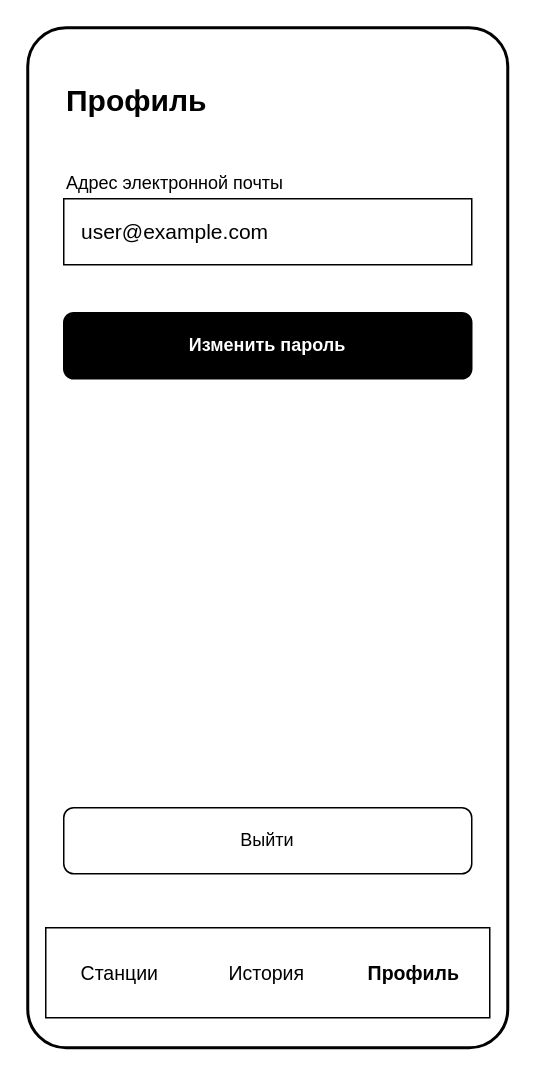
Earlier version of the draw.io diagram Диаграммы/Профиль (2.9).drawio (PetrachkovArtem/diplom). Source tidied: cells renumbered, new cells numbered last; positions are measured from the earlier drawing's top-left corner, leaving out a move shared by most shapes. Both pictures are drawn from the tidied source at 150%, with x=0, y=0 at pixel (27, 27).
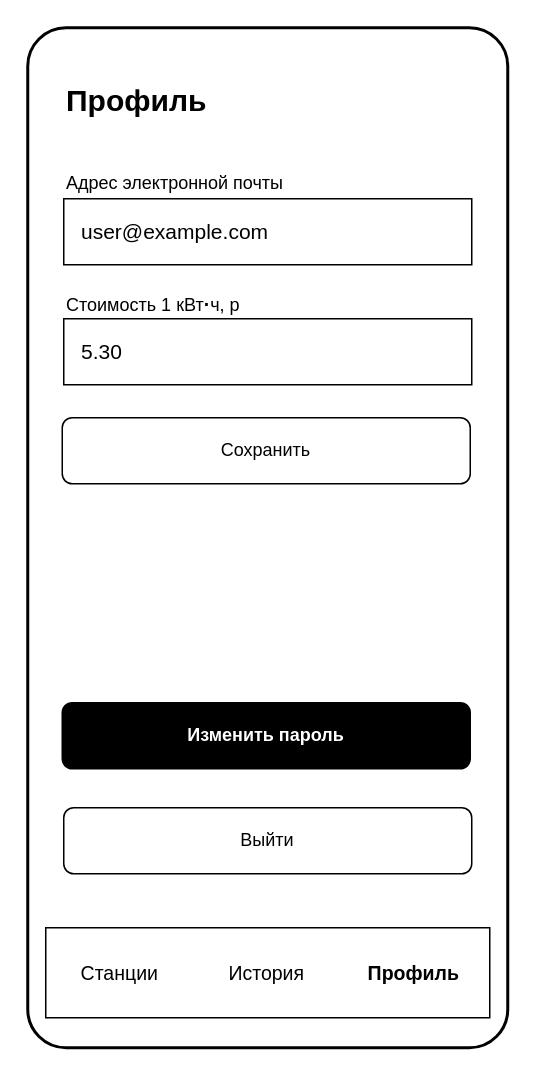
After the change.

Diff of the diagram source:
```diff
@@
 <mxGraphModel>
   <root>
     <mxCell id="0" />
     <mxCell id="1" parent="0" />
     <mxCell id="2" style="rounded=1;whiteSpace=wrap;html=1;arcSize=8;strokeWidth=2;fillColor=#ffffff;strokeColor=#000000;" parent="1" vertex="1">
       <mxGeometry width="320" height="680" as="geometry" />
     </mxCell>
     <mxCell id="3" value="Профиль" style="text;html=1;align=left;fontSize=20;fontStyle=1;" parent="1" vertex="1">
       <mxGeometry x="24" y="30" width="272" height="36" as="geometry" />
     </mxCell>
     <mxCell id="4" value="Адрес электронной почты" style="text;html=1;align=left;fontSize=12;" parent="1" vertex="1">
       <mxGeometry x="24" y="90" width="272" height="20" as="geometry" />
     </mxCell>
     <mxCell id="5" value="user@example.com" style="rounded=0;whiteSpace=wrap;html=1;align=left;spacingLeft=10;fontSize=14;fillColor=#ffffff;strokeColor=#000000;" parent="1" vertex="1">
       <mxGeometry x="24" y="114" width="272" height="44" as="geometry" />
     </mxCell>
     <mxCell id="6" value="Изменить пароль" style="rounded=1;whiteSpace=wrap;html=1;fillColor=#000000;fontColor=#ffffff;fontStyle=1;strokeColor=#000000;" parent="1" vertex="1">
-      <mxGeometry x="24" y="190" width="272" height="44" as="geometry" />
+      <mxGeometry x="23" y="450" width="272" height="44" as="geometry" />
     </mxCell>
     <mxCell id="7" value="Выйти" style="rounded=1;whiteSpace=wrap;html=1;fillColor=#ffffff;fontColor=#000000;strokeColor=#000000;" parent="1" vertex="1">
       <mxGeometry x="24" y="520" width="272" height="44" as="geometry" />
     </mxCell>
     <mxCell id="8" style="rounded=0;whiteSpace=wrap;html=1;fillColor=#ffffff;strokeColor=#000000;" parent="1" vertex="1">
       <mxGeometry x="12" y="600" width="296" height="60" as="geometry" />
     </mxCell>
     <mxCell id="9" value="Станции" style="text;html=1;align=center;fontSize=13;" parent="1" vertex="1">
       <mxGeometry x="12" y="616" width="98" height="28" as="geometry" />
     </mxCell>
     <mxCell id="10" value="История" style="text;html=1;align=center;fontSize=13;" parent="1" vertex="1">
       <mxGeometry x="110" y="616" width="98" height="28" as="geometry" />
     </mxCell>
     <mxCell id="11" value="Профиль" style="text;html=1;align=center;fontSize=13;fontStyle=1;" parent="1" vertex="1">
       <mxGeometry x="208" y="616" width="98" height="28" as="geometry" />
     </mxCell>
+    <mxCell id="12" value="Стоимость 1 кВт&lt;span style=&quot;font-size: 13px; font-weight: 700;&quot;&gt;·&lt;/span&gt;ч, р" style="text;html=1;align=left;fontSize=12;" parent="1" vertex="1">
+      <mxGeometry x="24" y="170" width="272" height="20" as="geometry" />
+    </mxCell>
+    <mxCell id="13" value="5.30" style="rounded=0;whiteSpace=wrap;html=1;align=left;spacingLeft=10;fontSize=14;fillColor=#ffffff;strokeColor=#000000;" parent="1" vertex="1">
+      <mxGeometry x="24" y="194" width="272" height="44" as="geometry" />
+    </mxCell>
+    <mxCell id="14" value="Сохранить" style="rounded=1;whiteSpace=wrap;html=1;fillColor=#ffffff;fontColor=#000000;strokeColor=#000000;" parent="1" vertex="1">
+      <mxGeometry x="23" y="260" width="272" height="44" as="geometry" />
+    </mxCell>
   </root>
 </mxGraphModel>
```
